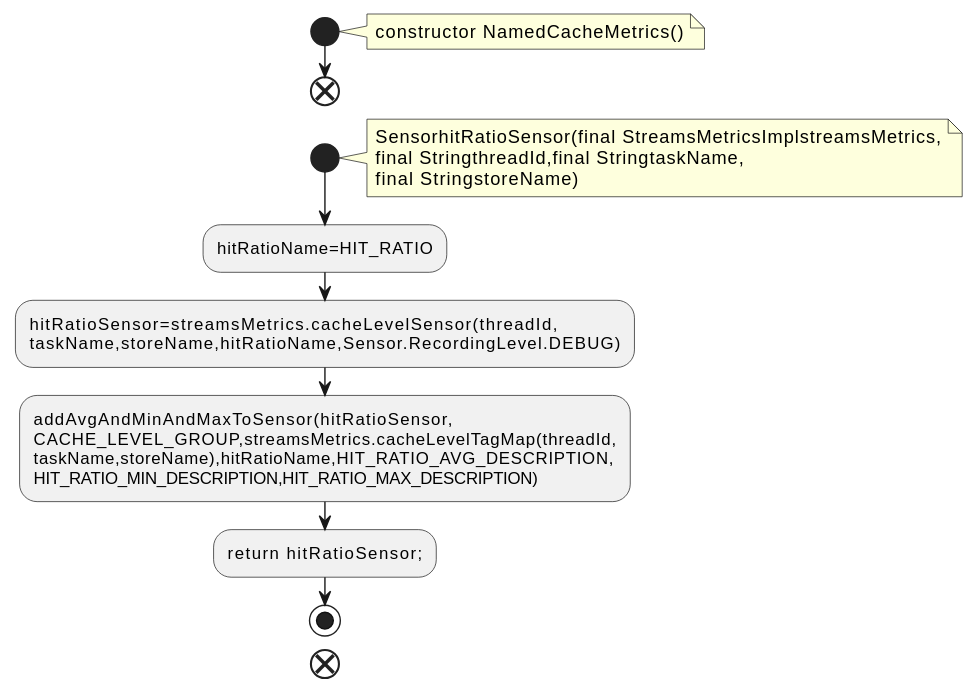
This is docs/qc/streams/src/main/java/org/apache/kafka/streams/state/internals/metrics/NamedCacheMetrics.java.fct.svg from qualitesys/kafka, a PlantUML export, as it was before one commit.
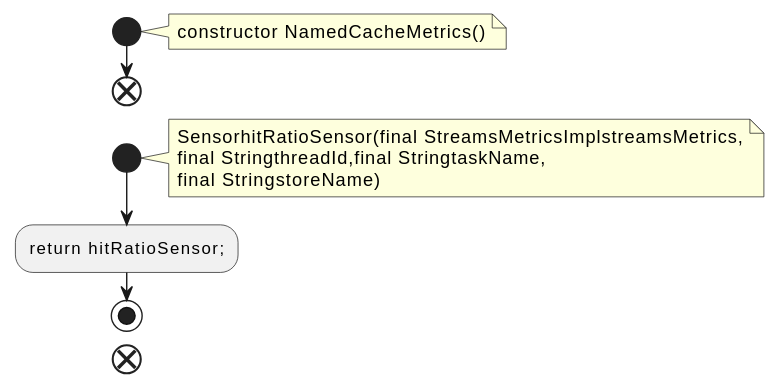
Later version of the same file.

Diff of the diagram source:
```diff
@@ -11,13 +11,6 @@
 final StringthreadId,final StringtaskName,
 final StringstoreName)
 end note
-:hitRatioName=HIT_RATIO;
-:hitRatioSensor=streamsMetrics.cacheLevelSensor(threadId,
-taskName,storeName,hitRatioName,Sensor.RecordingLevel.DEBUG);
-:addAvgAndMinAndMaxToSensor(hitRatioSensor,
-CACHE_LEVEL_GROUP,streamsMetrics.cacheLevelTagMap(threadId,
-taskName,storeName),hitRatioName,HIT_RATIO_AVG_DESCRIPTION,
-HIT_RATIO_MIN_DESCRIPTION,HIT_RATIO_MAX_DESCRIPTION);
 :return hitRatioSensor;;
 stop
 end
```
